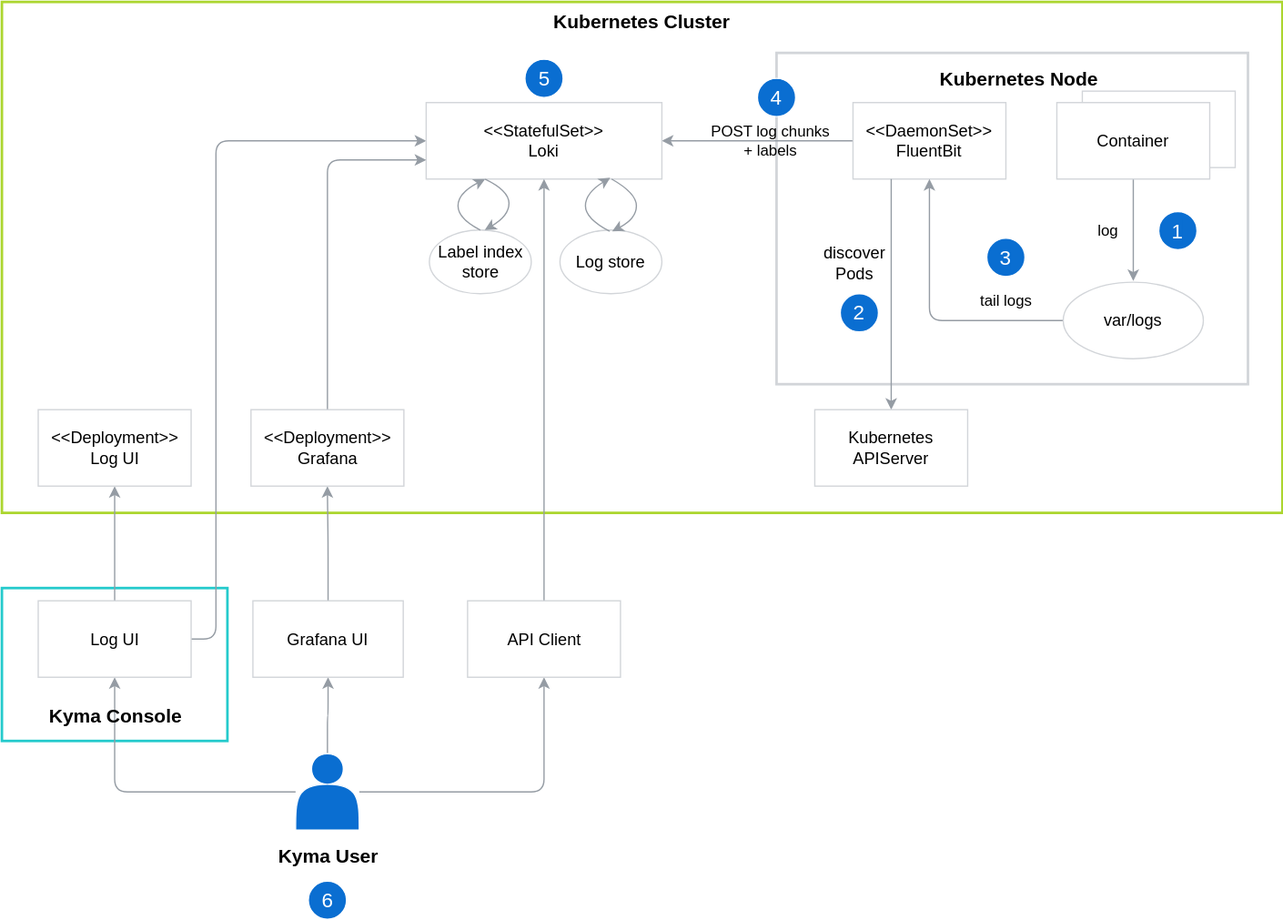
kyma-project/kyma keeps this draw.io diagram as docs/technical-reference/assets/logging-architecture.svg. Above is the earlier version. Source tidied: cells renumbered, new cells last; positions are measured from the earlier drawing's top-left corner, leaving out a move shared by most shapes.
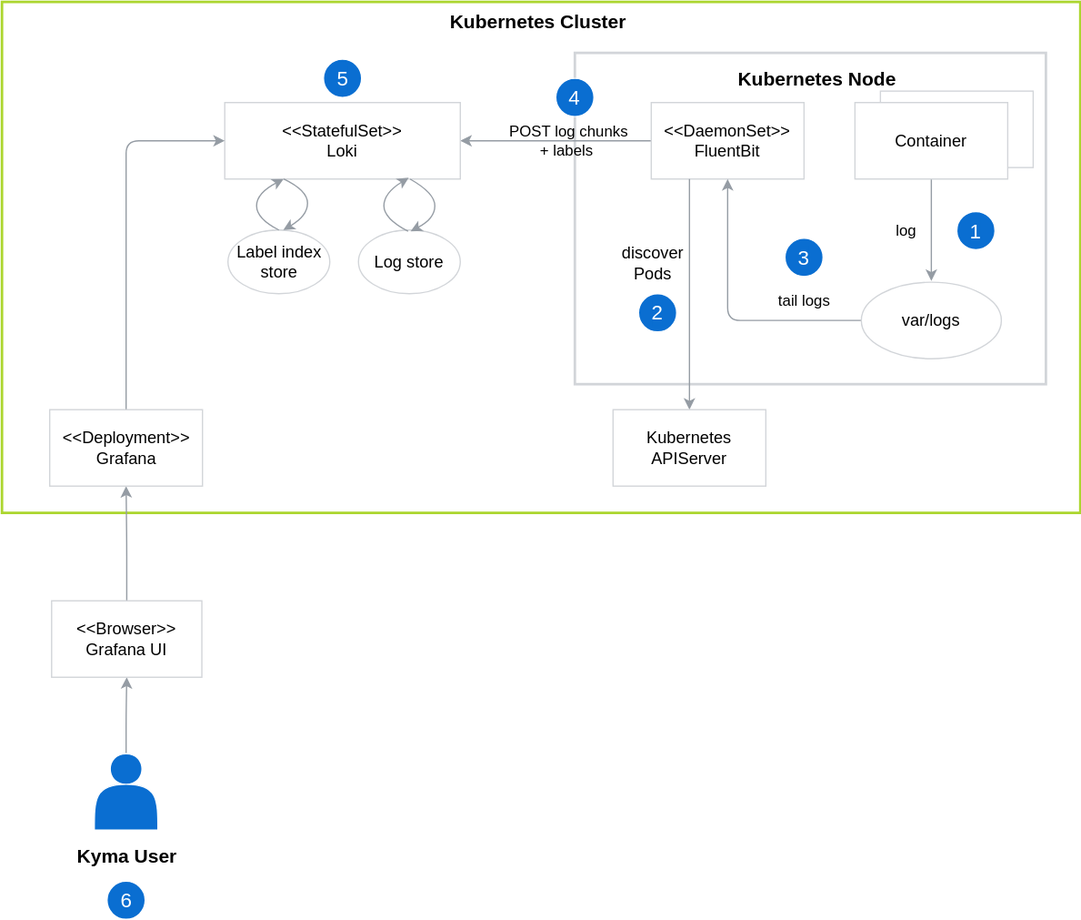
After the commit.

Commit message:
remove obsolete components from logging diagram

What changed in the source:
```diff
@@ -3,49 +3,26 @@
     <mxCell id="0" />
     <mxCell id="1" parent="0" />
     <mxCell id="2" value="&lt;font size=&quot;1&quot;&gt;&lt;span style=&quot;white-space: nowrap ; font-size: 15px&quot;&gt;&lt;b&gt;Kubernetes Cluster&amp;nbsp;&lt;/b&gt;&lt;/span&gt;&lt;/font&gt;" style="rounded=0;whiteSpace=wrap;html=1;strokeColor=#ACD62F;fillColor=none;gradientColor=none;fontSize=13;align=center;horizontal=1;verticalAlign=top;strokeWidth=2;" parent="1" vertex="1">
-      <mxGeometry width="1005" height="401" as="geometry" />
+      <mxGeometry x="158" width="847" height="401" as="geometry" />
     </mxCell>
-    <mxCell id="3" style="rounded=0;whiteSpace=wrap;html=1;strokeColor=#24CACC;fillColor=none;gradientColor=none;fontSize=13;align=center;fontColor=#000000;strokeWidth=2;" parent="1" vertex="1">
-      <mxGeometry y="460" width="177" height="120" as="geometry" />
-    </mxCell>
     <mxCell id="4" style="rounded=0;whiteSpace=wrap;html=1;strokeColor=#D2D5D9;fillColor=none;gradientColor=none;fontSize=13;strokeWidth=2;" parent="1" vertex="1">
       <mxGeometry x="608" y="40" width="370" height="260" as="geometry" />
     </mxCell>
     <mxCell id="5" style="rounded=0;whiteSpace=wrap;html=1;strokeColor=#D2D5D9;fillColor=#ffffff;gradientColor=none;" parent="1" vertex="1">
       <mxGeometry x="848" y="70" width="120" height="60" as="geometry" />
     </mxCell>
-    <mxCell id="6" style="edgeStyle=orthogonalEdgeStyle;rounded=1;jettySize=auto;html=1;entryX=0.5;entryY=1;entryDx=0;entryDy=0;strokeColor=#959CA4;fontColor=#FFFFFF;" parent="1" edge="1" source="9" target="14">
-      <mxGeometry relative="1" as="geometry" />
-    </mxCell>
-    <mxCell id="7" style="edgeStyle=orthogonalEdgeStyle;rounded=1;jettySize=auto;html=1;entryX=0.5;entryY=1;entryDx=0;entryDy=0;strokeColor=#959CA4;fontColor=#FFFFFF;" parent="1" edge="1" source="9" target="19">
-      <mxGeometry relative="1" as="geometry" />
-    </mxCell>
-    <mxCell id="8" style="edgeStyle=orthogonalEdgeStyle;rounded=1;jettySize=auto;html=1;strokeColor=#959CA4;fontColor=#FFFFFF;" parent="1" edge="1" source="9" target="12">
-      <mxGeometry relative="1" as="geometry" />
-    </mxCell>
+    <mxCell id="48" style="edgeStyle=orthogonalEdgeStyle;rounded=1;jettySize=auto;html=1;entryX=0.5;entryY=1;entryDx=0;entryDy=0;strokeColor=#959CA4;fontColor=#FFFFFF;" parent="1" edge="1" source="9" target="50">
+      <mxGeometry relative="1" as="geometry" />
+    </mxCell>
     <mxCell id="9" style="shape=actor;whiteSpace=wrap;html=1;gradientColor=none;fillColor=#0A6ED1;strokeColor=#FFFFFF;" parent="1" vertex="1">
       <mxGeometry x="230.5" y="590" width="50" height="60" as="geometry" />
     </mxCell>
-    <mxCell id="10" style="edgeStyle=orthogonalEdgeStyle;rounded=1;jettySize=auto;html=1;exitX=0.5;exitY=0;exitDx=0;exitDy=0;entryX=0.5;entryY=1;entryDx=0;entryDy=0;strokeColor=#959CA4;fontColor=#FFFFFF;" parent="1" edge="1" source="12" target="20">
-      <mxGeometry relative="1" as="geometry" />
-    </mxCell>
-    <mxCell id="11" style="edgeStyle=orthogonalEdgeStyle;rounded=1;jettySize=auto;html=1;exitX=1;exitY=0.5;exitDx=0;exitDy=0;entryX=0;entryY=0.5;entryDx=0;entryDy=0;strokeColor=#959CA4;fontColor=#FFFFFF;" parent="1" edge="1" source="12" target="16">
-      <mxGeometry relative="1" as="geometry">
-        <Array as="points">
-          <mxPoint x="168" y="500" />
-          <mxPoint x="168" y="109" />
-        </Array>
-      </mxGeometry>
-    </mxCell>
-    <mxCell id="12" value="Log UI" style="rounded=0;whiteSpace=wrap;html=1;strokeColor=#D2D5D9;fillColor=none;gradientColor=none;fontSize=13;" parent="1" vertex="1">
-      <mxGeometry x="28.5" y="470" width="120" height="60" as="geometry" />
-    </mxCell>
-    <mxCell id="13" style="edgeStyle=orthogonalEdgeStyle;rounded=1;jettySize=auto;html=1;entryX=0.5;entryY=1;entryDx=0;entryDy=0;strokeColor=#959CA4;fontColor=#FFFFFF;" parent="1" edge="1" source="14" target="44">
-      <mxGeometry relative="1" as="geometry" />
-    </mxCell>
-    <mxCell id="14" value="Grafana UI" style="rounded=0;whiteSpace=wrap;html=1;strokeColor=#D2D5D9;fillColor=none;gradientColor=none;fontSize=13;" parent="1" vertex="1">
-      <mxGeometry x="197" y="470" width="118" height="60" as="geometry" />
-    </mxCell>
+    <mxCell id="49" style="edgeStyle=orthogonalEdgeStyle;rounded=1;jettySize=auto;html=1;entryX=0.5;entryY=1;entryDx=0;entryDy=0;strokeColor=#959CA4;fontColor=#FFFFFF;" parent="1" edge="1" source="50" target="44">
+      <mxGeometry relative="1" as="geometry" />
+    </mxCell>
+    <mxCell id="50" value="&amp;lt;&amp;lt;Browser&amp;gt;&amp;gt;&lt;br&gt;Grafana UI" style="rounded=0;whiteSpace=wrap;html=1;strokeColor=#D2D5D9;fillColor=none;gradientColor=none;fontSize=13;" parent="1" vertex="1">
+      <mxGeometry x="197" y="470" width="118" height="60" as="geometry" />
+    </mxCell>
     <mxCell id="15" style="edgeStyle=orthogonalEdgeStyle;rounded=0;jettySize=auto;html=1;startArrow=classic;startFill=1;endArrow=none;endFill=0;strokeColor=#959CA4;" parent="1" edge="1" source="16" target="17">
       <mxGeometry relative="1" as="geometry" />
     </mxCell>
@@ -55,28 +32,14 @@
     <mxCell id="17" value="&amp;lt;&amp;lt;DaemonSet&amp;gt;&amp;gt;&lt;br style=&quot;font-size: 13px&quot;&gt;FluentBit" style="rounded=0;whiteSpace=wrap;html=1;strokeColor=#D2D5D9;fillColor=none;gradientColor=none;fontSize=13;" parent="1" vertex="1">
       <mxGeometry x="668" y="79" width="120" height="60" as="geometry" />
     </mxCell>
-    <mxCell id="18" style="edgeStyle=orthogonalEdgeStyle;rounded=1;jettySize=auto;html=1;entryX=0.5;entryY=1;entryDx=0;entryDy=0;strokeColor=#959CA4;fontColor=#FFFFFF;" parent="1" edge="1" source="19" target="16">
-      <mxGeometry relative="1" as="geometry">
-        <Array as="points">
-          <mxPoint x="426" y="370" />
-          <mxPoint x="426" y="370" />
-        </Array>
-      </mxGeometry>
-    </mxCell>
-    <mxCell id="19" value="&lt;font style=&quot;font-size: 13px&quot;&gt;API Client&lt;/font&gt;" style="rounded=0;whiteSpace=wrap;html=1;strokeColor=#D2D5D9;fillColor=none;gradientColor=none;" parent="1" vertex="1">
-      <mxGeometry x="365.5" y="470" width="120" height="60" as="geometry" />
-    </mxCell>
-    <mxCell id="20" value="&amp;lt;&amp;lt;Deployment&amp;gt;&amp;gt;&lt;br style=&quot;font-size: 13px&quot;&gt;Log UI" style="rounded=0;whiteSpace=wrap;html=1;strokeColor=#D2D5D9;fillColor=none;gradientColor=none;verticalAlign=middle;fontSize=13;" parent="1" vertex="1">
-      <mxGeometry x="28.5" y="320" width="120" height="60" as="geometry" />
-    </mxCell>
     <mxCell id="21" value="POST log chunks&lt;br&gt;+ labels&amp;nbsp;" style="text;html=1;align=center;verticalAlign=middle;strokeColor=none;" parent="1" vertex="1">
       <mxGeometry x="548" y="94" width="110" height="30" as="geometry" />
     </mxCell>
-    <mxCell id="22" style="edgeStyle=orthogonalEdgeStyle;rounded=0;jettySize=auto;html=1;startArrow=none;startFill=0;endArrow=classic;endFill=1;strokeColor=#959CA4;" parent="1" edge="1" source="23">
-      <mxGeometry relative="1" as="geometry">
-        <mxPoint x="888" y="219" as="targetPoint" />
-      </mxGeometry>
-    </mxCell>
+    <mxCell id="51" style="edgeStyle=orthogonalEdgeStyle;rounded=0;jettySize=auto;html=1;startArrow=none;startFill=0;endArrow=classic;endFill=1;strokeColor=#959CA4;" parent="1" edge="1" source="23">
+      <mxGeometry relative="1" as="geometry">
+        <mxPoint x="888" y="219" as="targetPoint" />
+      </mxGeometry>
+    </mxCell>
     <mxCell id="23" value="Container" style="rounded=0;whiteSpace=wrap;html=1;strokeColor=#D2D5D9;fillColor=#ffffff;gradientColor=none;fontSize=13;" parent="1" vertex="1">
       <mxGeometry x="828" y="79" width="120" height="60" as="geometry" />
     </mxCell>
@@ -92,12 +55,12 @@
     <mxCell id="27" value="tail logs" style="text;html=1;align=center;verticalAlign=middle;" parent="1" vertex="1">
       <mxGeometry x="758" y="225" width="60" height="20" as="geometry" />
     </mxCell>
-    <mxCell id="28" style="edgeStyle=orthogonalEdgeStyle;rounded=0;jettySize=auto;html=1;startArrow=none;startFill=0;endArrow=classic;endFill=1;exitX=0.25;exitY=1;exitDx=0;exitDy=0;strokeColor=#959CA4;" parent="1" edge="1" source="17">
-      <mxGeometry relative="1" as="geometry">
-        <mxPoint x="698" y="320" as="targetPoint" />
-      </mxGeometry>
-    </mxCell>
+    <mxCell id="52" style="edgeStyle=orthogonalEdgeStyle;rounded=0;jettySize=auto;html=1;startArrow=none;startFill=0;endArrow=classic;endFill=1;exitX=0.25;exitY=1;exitDx=0;exitDy=0;strokeColor=#959CA4;" parent="1" edge="1" source="17">
+      <mxGeometry relative="1" as="geometry">
+        <mxPoint x="698" y="320" as="targetPoint" />
+      </mxGeometry>
+    </mxCell>
-    <mxCell id="29" value="discover&lt;br&gt;Pods" style="text;html=1;align=center;verticalAlign=middle;labelBackgroundColor=#ffffff;fontSize=13;" parent="28" vertex="1">
+    <mxCell id="29" value="discover&lt;br&gt;Pods" style="text;html=1;align=center;verticalAlign=middle;labelBackgroundColor=#ffffff;fontSize=13;" parent="52" vertex="1">
       <mxGeometry x="-0.24" y="2" relative="1" as="geometry">
         <mxPoint x="-32" y="-4" as="offset" />
       </mxGeometry>
@@ -119,39 +82,36 @@
         </Array>
       </mxGeometry>
     </mxCell>
-    <mxCell id="34" style="endArrow=classic;html=1;curved=1;entryX=0.781;entryY=0.983;entryDx=0;entryDy=0;strokeColor=#959CA4;entryPerimeter=0;" parent="1" edge="1" target="16">
-      <mxGeometry relative="1" as="geometry">
-        <mxPoint x="477" y="180" as="sourcePoint" />
-        <Array as="points">
-          <mxPoint x="458" y="170" />
-          <mxPoint x="458" y="150" />
-        </Array>
-      </mxGeometry>
-    </mxCell>
-    <mxCell id="35" style="endArrow=none;html=1;curved=1;startArrow=classic;startFill=1;endFill=0;strokeColor=#959CA4;" parent="1" edge="1" target="16">
-      <mxGeometry relative="1" as="geometry">
-        <mxPoint x="479" y="180" as="sourcePoint" />
-        <Array as="points">
-          <mxPoint x="498" y="170" />
-          <mxPoint x="498" y="150" />
-        </Array>
-      </mxGeometry>
-    </mxCell>
+    <mxCell id="53" style="endArrow=classic;html=1;curved=1;entryX=0.781;entryY=0.983;entryDx=0;entryDy=0;strokeColor=#959CA4;entryPerimeter=0;" parent="1" edge="1" target="16">
+      <mxGeometry relative="1" as="geometry">
+        <mxPoint x="477" y="180" as="sourcePoint" />
+        <Array as="points">
+          <mxPoint x="458" y="170" />
+          <mxPoint x="458" y="150" />
+        </Array>
+      </mxGeometry>
+    </mxCell>
+    <mxCell id="54" style="endArrow=none;html=1;curved=1;startArrow=classic;startFill=1;endFill=0;strokeColor=#959CA4;" parent="1" edge="1" target="16">
+      <mxGeometry relative="1" as="geometry">
+        <mxPoint x="479" y="180" as="sourcePoint" />
+        <Array as="points">
+          <mxPoint x="498" y="170" />
+          <mxPoint x="498" y="150" />
+        </Array>
+      </mxGeometry>
+    </mxCell>
     <mxCell id="36" value="&lt;font style=&quot;font-size: 15px&quot;&gt;&lt;b&gt;Kubernetes Node&lt;/b&gt;&lt;/font&gt;" style="text;html=1;align=center;verticalAlign=middle;" parent="1" vertex="1">
       <mxGeometry x="728" y="50" width="140" height="20" as="geometry" />
     </mxCell>
-    <mxCell id="37" value="&lt;font style=&quot;font-size: 15px&quot;&gt;&lt;b&gt;Kyma Console&lt;/b&gt;&lt;/font&gt;" style="text;html=1;align=center;verticalAlign=middle;fontSize=15;" parent="1" vertex="1">
-      <mxGeometry x="28.5" y="550" width="120" height="20" as="geometry" />
-    </mxCell>
-    <mxCell id="38" style="endArrow=none;html=1;curved=1;startArrow=classic;startFill=1;endFill=0;strokeColor=#959CA4;entryX=0.25;entryY=1;entryDx=0;entryDy=0;" parent="1" edge="1" target="16">
-      <mxGeometry relative="1" as="geometry">
-        <mxPoint x="379" y="179" as="sourcePoint" />
-        <Array as="points">
-          <mxPoint x="398" y="168" />
-          <mxPoint x="398" y="148" />
-        </Array>
-      </mxGeometry>
-    </mxCell>
+    <mxCell id="55" style="endArrow=none;html=1;curved=1;startArrow=classic;startFill=1;endFill=0;strokeColor=#959CA4;entryX=0.25;entryY=1;entryDx=0;entryDy=0;" parent="1" edge="1" target="16">
+      <mxGeometry relative="1" as="geometry">
+        <mxPoint x="379" y="179" as="sourcePoint" />
+        <Array as="points">
+          <mxPoint x="398" y="168" />
+          <mxPoint x="398" y="148" />
+        </Array>
+      </mxGeometry>
+    </mxCell>
     <mxCell id="39" value="&lt;font style=&quot;font-size: 16px&quot;&gt;1&lt;/font&gt;" style="ellipse;whiteSpace=wrap;html=1;labelBackgroundColor=#0A6ED1;fontColor=#FFFFFF;fillColor=#0A6ED1;strokeColor=#FFFFFF;" parent="1" vertex="1">
       <mxGeometry x="908" y="164.5" width="30" height="30" as="geometry" />
     </mxCell>
@@ -164,7 +124,7 @@
     <mxCell id="42" value="&lt;font style=&quot;font-size: 16px&quot;&gt;4&lt;/font&gt;" style="ellipse;whiteSpace=wrap;html=1;labelBackgroundColor=#0A6ED1;fontColor=#FFFFFF;fillColor=#0A6ED1;strokeColor=#FFFFFF;" parent="1" vertex="1">
       <mxGeometry x="593" y="60" width="30" height="30" as="geometry" />
     </mxCell>
-    <mxCell id="43" style="edgeStyle=orthogonalEdgeStyle;rounded=1;jettySize=auto;html=1;entryX=0;entryY=0.75;entryDx=0;entryDy=0;exitX=0.5;exitY=0;exitDx=0;exitDy=0;strokeColor=#959CA4;" parent="1" edge="1" source="44" target="16">
+    <mxCell id="43" style="edgeStyle=orthogonalEdgeStyle;rounded=1;jettySize=auto;html=1;entryX=0;entryY=0.5;entryDx=0;entryDy=0;exitX=0.5;exitY=0;exitDx=0;exitDy=0;strokeColor=#959CA4;" parent="1" edge="1" source="44" target="16">
       <mxGeometry relative="1" as="geometry" />
     </mxCell>
     <mxCell id="44" value="&amp;lt;&amp;lt;Deployment&amp;gt;&amp;gt;&lt;br style=&quot;font-size: 13px;&quot;&gt;Grafana" style="rounded=0;whiteSpace=wrap;html=1;strokeColor=#D2D5D9;fillColor=none;gradientColor=none;fontSize=13;" parent="1" vertex="1">
```
